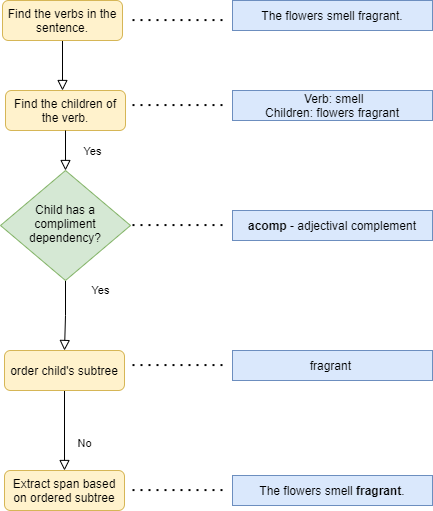
The draw.io diagram Resources/finding_complements.png in johnosbb/NLP, before a commit. Source tidied: cells renumbered, new cells last; positions are measured from the earlier drawing's top-left corner, leaving out a move shared by most shapes. Source of this version:
```xml
<mxGraphModel>
  <root>
    <mxCell id="0" />
    <mxCell id="1" parent="0" />
    <mxCell id="2" style="rounded=0;html=1;jettySize=auto;fontSize=11;endArrow=block;endFill=0;endSize=8;strokeWidth=1;shadow=0;labelBackgroundColor=none;edgeStyle=orthogonalEdgeStyle;" parent="1" edge="1" source="3">
      <mxGeometry relative="1" as="geometry">
        <mxPoint x="62" y="90" as="targetPoint" />
        <Array as="points">
          <mxPoint x="62" y="90" />
          <mxPoint x="62" y="90" />
        </Array>
      </mxGeometry>
    </mxCell>
    <mxCell id="3" value="Find the verbs in the sentence." style="rounded=1;whiteSpace=wrap;html=1;fontSize=12;glass=0;strokeWidth=1;shadow=0;fillColor=#fff2cc;strokeColor=#d6b656;" parent="1" vertex="1">
      <mxGeometry x="2" width="120" height="40" as="geometry" />
    </mxCell>
    <mxCell id="4" value="Yes" style="rounded=0;html=1;jettySize=auto;fontSize=11;endArrow=block;endFill=0;endSize=8;strokeWidth=1;shadow=0;labelBackgroundColor=none;edgeStyle=orthogonalEdgeStyle;entryX=0.5;entryY=0;entryDx=0;entryDy=0;" parent="1" edge="1" source="5" target="9">
      <mxGeometry x="-0.73" y="35" relative="1" as="geometry" />
    </mxCell>
    <mxCell id="5" value="Child has a compliment dependency?" style="rhombus;whiteSpace=wrap;html=1;shadow=0;fontFamily=Helvetica;fontSize=12;align=center;strokeWidth=1;spacing=6;spacingTop=-4;fillColor=#d5e8d4;strokeColor=#82b366;" parent="1" vertex="1">
      <mxGeometry y="170" width="130" height="110" as="geometry" />
    </mxCell>
    <mxCell id="6" value="No" style="rounded=0;html=1;jettySize=auto;fontSize=11;endArrow=block;endFill=0;endSize=8;strokeWidth=1;shadow=0;labelBackgroundColor=none;edgeStyle=orthogonalEdgeStyle;exitX=0.5;exitY=1;exitDx=0;exitDy=0;" parent="1" edge="1" source="9" target="7">
      <mxGeometry x="0.33" y="20" relative="1" as="geometry" />
    </mxCell>
    <mxCell id="7" value="Extract span based on ordered subtree" style="rounded=1;whiteSpace=wrap;html=1;fontSize=12;glass=0;strokeWidth=1;shadow=0;fillColor=#fff2cc;strokeColor=#d6b656;" parent="1" vertex="1">
      <mxGeometry x="4" y="470" width="120" height="40" as="geometry" />
    </mxCell>
    <mxCell id="8" value="Find the children of the verb." style="rounded=1;whiteSpace=wrap;html=1;fontSize=12;glass=0;strokeWidth=1;shadow=0;fillColor=#fff2cc;strokeColor=#d6b656;" parent="1" vertex="1">
      <mxGeometry x="5" y="90" width="120" height="40" as="geometry" />
    </mxCell>
    <mxCell id="9" value="order child's subtree" style="rounded=1;whiteSpace=wrap;html=1;fontSize=12;glass=0;strokeWidth=1;shadow=0;fillColor=#fff2cc;strokeColor=#d6b656;" parent="1" vertex="1">
      <mxGeometry x="4" y="350" width="120" height="40" as="geometry" />
    </mxCell>
    <mxCell id="10" value="The flowers smell fragrant." style="rounded=0;whiteSpace=wrap;html=1;hachureGap=4;fillColor=#dae8fc;strokeColor=#6c8ebf;" parent="1" vertex="1">
      <mxGeometry x="232" width="200" height="30" as="geometry" />
    </mxCell>
    <mxCell id="11" value="&amp;nbsp;Verb: smell&lt;br&gt;Children:&amp;nbsp;flowers fragrant" style="rounded=0;whiteSpace=wrap;html=1;hachureGap=4;fillColor=#dae8fc;strokeColor=#6c8ebf;" parent="1" vertex="1">
      <mxGeometry x="232" y="90" width="200" height="30" as="geometry" />
    </mxCell>
    <mxCell id="12" value="fragrant&amp;nbsp;" style="rounded=0;whiteSpace=wrap;html=1;hachureGap=4;fillColor=#dae8fc;strokeColor=#6c8ebf;" parent="1" vertex="1">
      <mxGeometry x="232" y="350" width="200" height="30" as="geometry" />
    </mxCell>
    <mxCell id="13" value="The flowers smell &lt;b&gt;fragrant&lt;/b&gt;." style="rounded=0;whiteSpace=wrap;html=1;hachureGap=4;fillColor=#dae8fc;strokeColor=#6c8ebf;" parent="1" vertex="1">
      <mxGeometry x="232" y="475" width="200" height="30" as="geometry" />
    </mxCell>
    <mxCell id="14" value="&lt;b&gt;acomp&lt;/b&gt;&amp;nbsp;- adjectival complement" style="rounded=0;whiteSpace=wrap;html=1;hachureGap=4;fillColor=#dae8fc;strokeColor=#6c8ebf;" parent="1" vertex="1">
      <mxGeometry x="232" y="210" width="200" height="30" as="geometry" />
    </mxCell>
    <mxCell id="15" style="endArrow=none;dashed=1;html=1;dashPattern=1 3;strokeWidth=2;startSize=14;endSize=14;sourcePerimeterSpacing=8;targetPerimeterSpacing=8;" parent="1" edge="1">
      <mxGeometry relative="1" as="geometry">
        <mxPoint x="132" y="19.6" as="sourcePoint" />
        <mxPoint x="222" y="19.6" as="targetPoint" />
      </mxGeometry>
    </mxCell>
    <mxCell id="16" style="endArrow=none;dashed=1;html=1;dashPattern=1 3;strokeWidth=2;startSize=14;endSize=14;sourcePerimeterSpacing=8;targetPerimeterSpacing=8;" parent="1" edge="1">
      <mxGeometry relative="1" as="geometry">
        <mxPoint x="132" y="104.6" as="sourcePoint" />
        <mxPoint x="222" y="104.6" as="targetPoint" />
      </mxGeometry>
    </mxCell>
    <mxCell id="17" style="endArrow=none;dashed=1;html=1;dashPattern=1 3;strokeWidth=2;startSize=14;endSize=14;sourcePerimeterSpacing=8;targetPerimeterSpacing=8;" parent="1" edge="1">
      <mxGeometry relative="1" as="geometry">
        <mxPoint x="132" y="224.6" as="sourcePoint" />
        <mxPoint x="222" y="224.6" as="targetPoint" />
      </mxGeometry>
    </mxCell>
    <mxCell id="18" style="endArrow=none;dashed=1;html=1;dashPattern=1 3;strokeWidth=2;startSize=14;endSize=14;sourcePerimeterSpacing=8;targetPerimeterSpacing=8;" parent="1" edge="1">
      <mxGeometry relative="1" as="geometry">
        <mxPoint x="132" y="364.6" as="sourcePoint" />
        <mxPoint x="222" y="364.6" as="targetPoint" />
      </mxGeometry>
    </mxCell>
    <mxCell id="19" style="endArrow=none;dashed=1;html=1;dashPattern=1 3;strokeWidth=2;startSize=14;endSize=14;sourcePerimeterSpacing=8;targetPerimeterSpacing=8;" parent="1" edge="1">
      <mxGeometry relative="1" as="geometry">
        <mxPoint x="132" y="489.6" as="sourcePoint" />
        <mxPoint x="222" y="489.6" as="targetPoint" />
      </mxGeometry>
    </mxCell>
    <mxCell id="20" value="Yes" style="rounded=0;html=1;jettySize=auto;fontSize=11;endArrow=block;endFill=0;endSize=8;strokeWidth=1;shadow=0;labelBackgroundColor=none;edgeStyle=orthogonalEdgeStyle;exitX=0.5;exitY=1;exitDx=0;exitDy=0;" parent="1" edge="1" source="8" target="5">
      <mxGeometry x="0.07" y="27" relative="1" as="geometry" />
    </mxCell>
  </root>
</mxGraphModel>
```
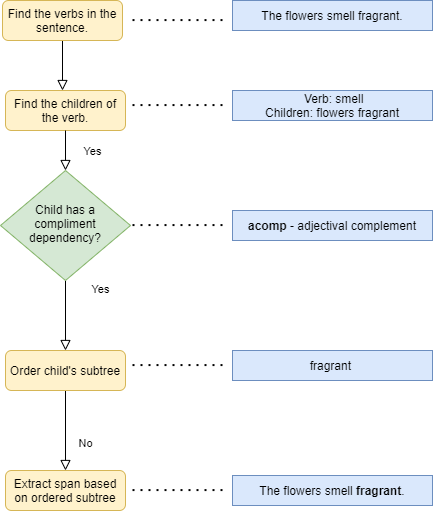
After the change.

Commit message:
Added new diagram for adverbials

What changed in the source:
```diff
@@ -24,13 +24,13 @@
       <mxGeometry x="0.33" y="20" relative="1" as="geometry" />
     </mxCell>
     <mxCell id="7" value="Extract span based on ordered subtree" style="rounded=1;whiteSpace=wrap;html=1;fontSize=12;glass=0;strokeWidth=1;shadow=0;fillColor=#fff2cc;strokeColor=#d6b656;" parent="1" vertex="1">
-      <mxGeometry x="4" y="470" width="120" height="40" as="geometry" />
+      <mxGeometry x="5" y="470" width="120" height="40" as="geometry" />
     </mxCell>
     <mxCell id="8" value="Find the children of the verb." style="rounded=1;whiteSpace=wrap;html=1;fontSize=12;glass=0;strokeWidth=1;shadow=0;fillColor=#fff2cc;strokeColor=#d6b656;" parent="1" vertex="1">
       <mxGeometry x="5" y="90" width="120" height="40" as="geometry" />
     </mxCell>
-    <mxCell id="9" value="order child's subtree" style="rounded=1;whiteSpace=wrap;html=1;fontSize=12;glass=0;strokeWidth=1;shadow=0;fillColor=#fff2cc;strokeColor=#d6b656;" parent="1" vertex="1">
-      <mxGeometry x="4" y="350" width="120" height="40" as="geometry" />
+    <mxCell id="9" value="Order child's subtree" style="rounded=1;whiteSpace=wrap;html=1;fontSize=12;glass=0;strokeWidth=1;shadow=0;fillColor=#fff2cc;strokeColor=#d6b656;" parent="1" vertex="1">
+      <mxGeometry x="5" y="350" width="120" height="40" as="geometry" />
     </mxCell>
     <mxCell id="10" value="The flowers smell fragrant." style="rounded=0;whiteSpace=wrap;html=1;hachureGap=4;fillColor=#dae8fc;strokeColor=#6c8ebf;" parent="1" vertex="1">
       <mxGeometry x="232" width="200" height="30" as="geometry" />
```
